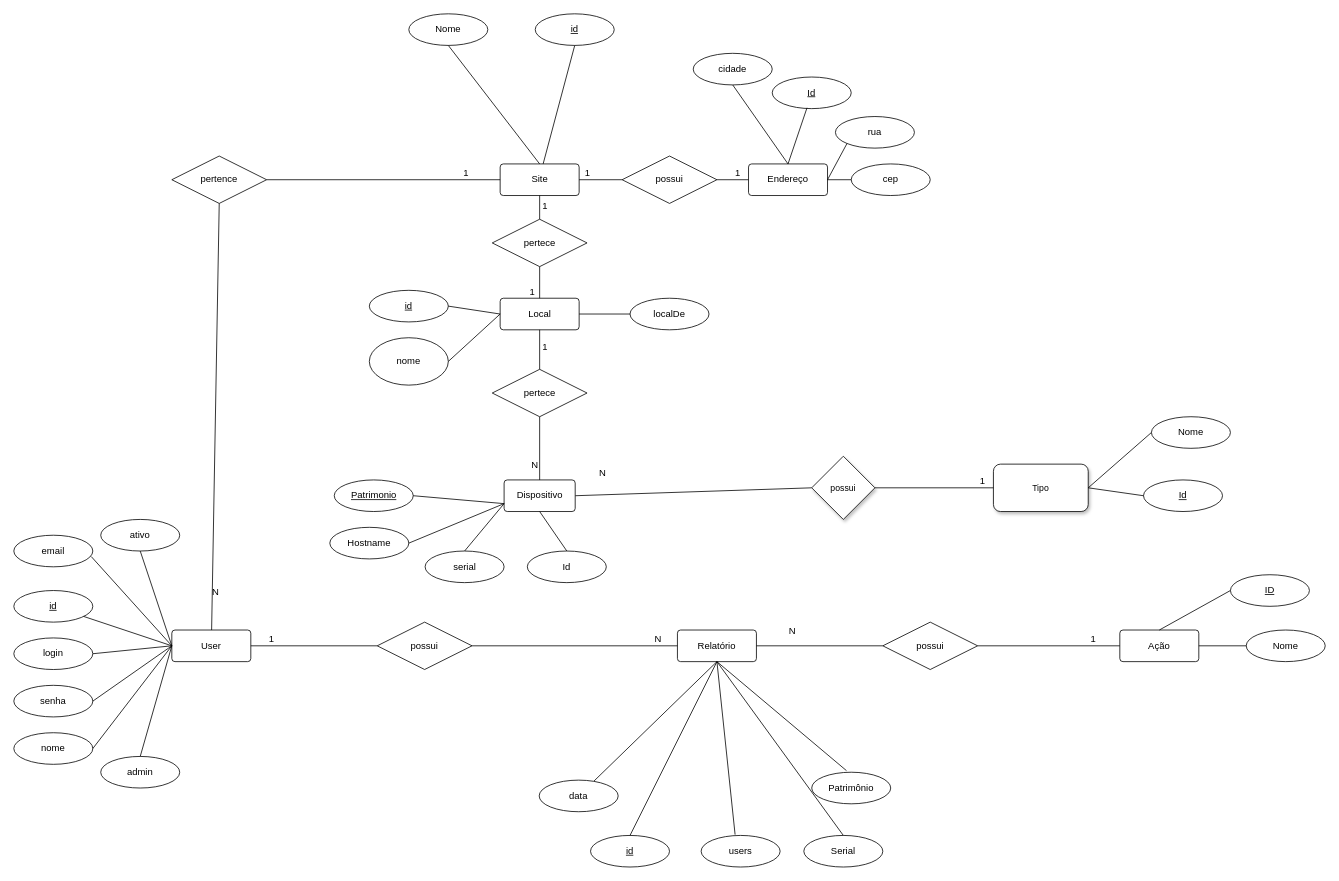
This is app/static/img/monitora.drawio from jesiqueira/monitora, a draw.io file, before an edit. Source tidied: cells renumbered, new cells numbered last; positions are measured from the earlier drawing's top-left corner, leaving out a move shared by most shapes. Both pictures are drawn from the tidied source at 79%, with x=0, y=0 at pixel (13, 13).
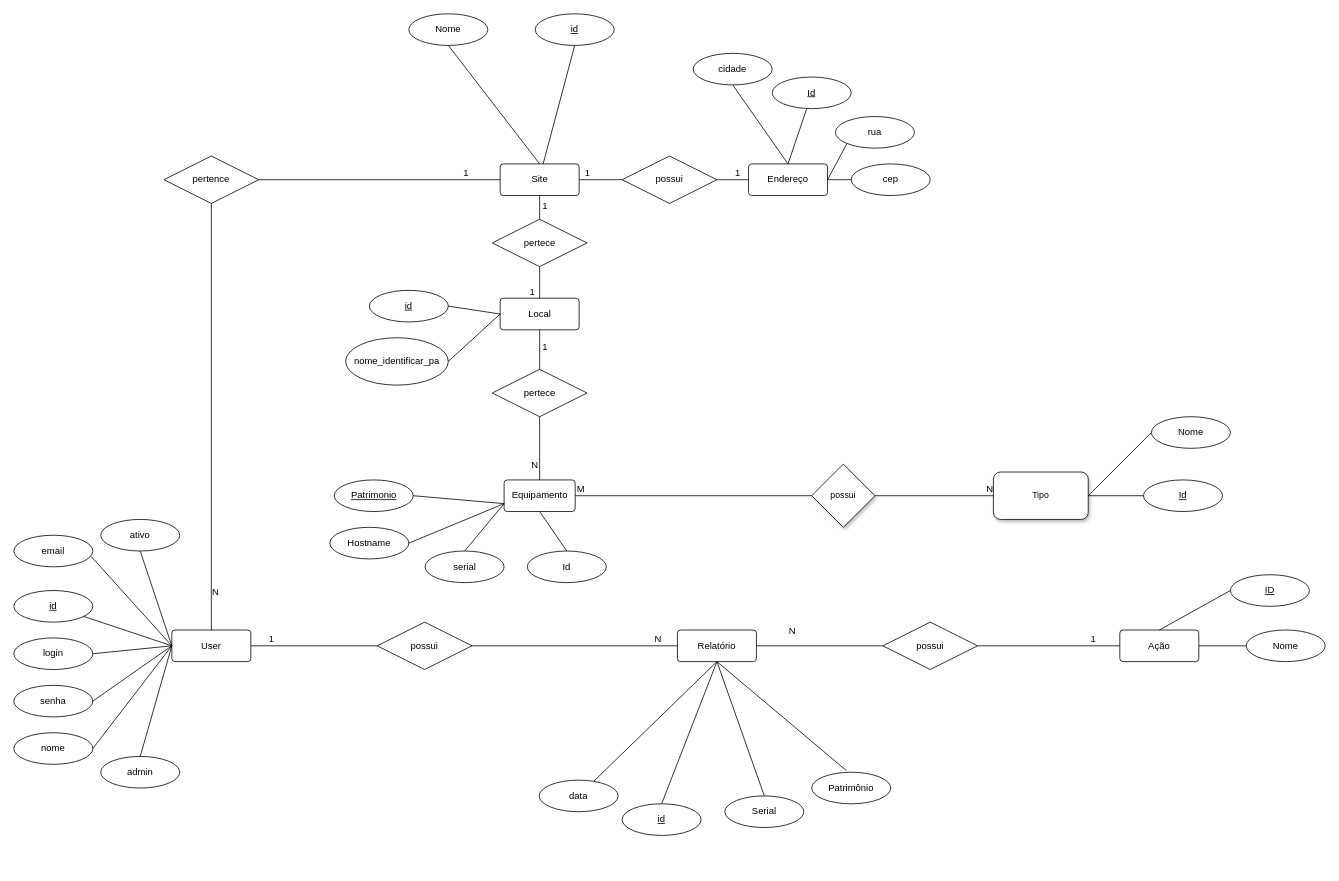
The same diagram, later.

Unchanged cells that the change refers to:
```xml
<mxCell id="22" value="Relatório" style="rounded=1;arcSize=10;whiteSpace=wrap;html=1;align=center;" parent="1" vertex="1">
  <mxGeometry x="840" y="780" width="100" height="40" as="geometry" />
</mxCell>
<mxCell id="68" value="Local" style="rounded=1;arcSize=10;whiteSpace=wrap;html=1;align=center;" parent="1" vertex="1">
  <mxGeometry x="615.6" y="360" width="100" height="40" as="geometry" />
</mxCell>
```

What changed in the source:
```diff
@@
     <mxCell id="3" value="possui" style="rhombus;whiteSpace=wrap;html=1;fontSize=11;shadow=1;" parent="1" vertex="1">
-      <mxGeometry x="1010" y="560" width="80" height="80" as="geometry" />
+      <mxGeometry x="1010" y="570" width="80" height="80" as="geometry" />
     </mxCell>
     <mxCell id="4" value="Tipo" style="rounded=1;whiteSpace=wrap;html=1;fontSize=11;shadow=1;" parent="1" vertex="1">
-      <mxGeometry x="1240" y="570" width="120" height="60" as="geometry" />
+      <mxGeometry x="1240" y="580" width="120" height="60" as="geometry" />
     </mxCell>
@@
-    <mxCell id="6" style="endArrow=none;html=1;rounded=0;exitX=0;exitY=0.5;exitDx=0;exitDy=0;entryX=1;entryY=0.5;entryDx=0;entryDy=0;" parent="1" edge="1" source="3" target="10">
-      <mxGeometry relative="1" as="geometry" />
-    </mxCell>
-    <mxCell id="7" value="N" style="html=1;align=right;verticalAlign=bottom;" parent="6" vertex="1">
-      <mxGeometry x="1" relative="1" as="geometry">
-        <mxPoint x="40" y="-20" as="offset" />
-      </mxGeometry>
-    </mxCell>
-    <mxCell id="8" style="endArrow=none;html=1;rounded=0;entryX=0;entryY=0.5;entryDx=0;entryDy=0;exitX=1;exitY=0.5;exitDx=0;exitDy=0;" parent="1" edge="1" source="3" target="4">
-      <mxGeometry relative="1" as="geometry" />
-    </mxCell>
-    <mxCell id="9" value="1" style="html=1;align=right;verticalAlign=bottom;" parent="8" vertex="1">
-      <mxGeometry x="1" relative="1" as="geometry">
-        <mxPoint x="-10" as="offset" />
-      </mxGeometry>
-    </mxCell>
-    <mxCell id="10" value="Dispositivo" style="rounded=1;arcSize=10;whiteSpace=wrap;html=1;align=center;" parent="1" vertex="1">
+    <mxCell id="10" value="Equipamento" style="rounded=1;arcSize=10;whiteSpace=wrap;html=1;align=center;" parent="1" vertex="1">
       <mxGeometry x="620.6" y="590" width="90" height="40" as="geometry" />
     </mxCell>
@@
     <mxCell id="23" value="id" style="ellipse;whiteSpace=wrap;html=1;align=center;fontStyle=4;" parent="1" vertex="1">
-      <mxGeometry x="730" y="1040" width="100" height="40" as="geometry" />
+      <mxGeometry x="770" y="1000" width="100" height="40" as="geometry" />
     </mxCell>
@@
-    <mxCell id="25" value="users" style="ellipse;whiteSpace=wrap;html=1;align=center;" parent="1" vertex="1">
-      <mxGeometry x="870" y="1040" width="100" height="40" as="geometry" />
-    </mxCell>
-    <mxCell id="26" style="endArrow=none;html=1;rounded=0;entryX=0.43;entryY=-0.025;entryDx=0;entryDy=0;entryPerimeter=0;exitX=0.5;exitY=1;exitDx=0;exitDy=0;" parent="1" edge="1" source="22" target="25">
-      <mxGeometry relative="1" as="geometry" />
-    </mxCell>
     <mxCell id="27" value="Serial" style="ellipse;whiteSpace=wrap;html=1;align=center;" parent="1" vertex="1">
-      <mxGeometry x="1000" y="1040" width="100" height="40" as="geometry" />
+      <mxGeometry x="900" y="990" width="100" height="40" as="geometry" />
     </mxCell>
@@
     <mxCell id="44" value="pertence" style="shape=rhombus;perimeter=rhombusPerimeter;whiteSpace=wrap;html=1;align=center;" parent="1" vertex="1">
-      <mxGeometry x="200" y="180" width="120" height="60" as="geometry" />
+      <mxGeometry x="190" y="180" width="120" height="60" as="geometry" />
     </mxCell>
@@
-    <mxCell id="77" value="nome" style="ellipse;whiteSpace=wrap;html=1;align=center;" parent="1" vertex="1">
-      <mxGeometry x="450" y="410" width="100" height="60" as="geometry" />
+    <mxCell id="77" value="nome_identificar_pa" style="ellipse;whiteSpace=wrap;html=1;align=center;" parent="1" vertex="1">
+      <mxGeometry x="420" y="410" width="130" height="60" as="geometry" />
     </mxCell>
@@
-    <mxCell id="91" value="localDe" style="ellipse;whiteSpace=wrap;html=1;align=center;" parent="1" vertex="1">
-      <mxGeometry x="780" y="360" width="100" height="40" as="geometry" />
-    </mxCell>
-    <mxCell id="92" style="endArrow=none;html=1;rounded=0;exitX=1;exitY=0.5;exitDx=0;exitDy=0;entryX=0;entryY=0.5;entryDx=0;entryDy=0;" parent="1" edge="1" source="68" target="91">
-      <mxGeometry relative="1" as="geometry" />
-    </mxCell>
@@
+    <mxCell id="105" style="endArrow=none;html=1;rounded=0;exitX=1;exitY=0.5;exitDx=0;exitDy=0;entryX=0;entryY=0.5;entryDx=0;entryDy=0;" parent="1" edge="1" source="10" target="3">
+      <mxGeometry relative="1" as="geometry" />
+    </mxCell>
+    <mxCell id="106" value="M" style="html=1;align=left;verticalAlign=bottom;" parent="105" vertex="1">
+      <mxGeometry x="-1" relative="1" as="geometry" />
+    </mxCell>
+    <mxCell id="8" style="endArrow=none;html=1;rounded=0;entryX=0;entryY=0.5;entryDx=0;entryDy=0;exitX=1;exitY=0.5;exitDx=0;exitDy=0;" parent="1" edge="1" source="3" target="4">
+      <mxGeometry relative="1" as="geometry" />
+    </mxCell>
+    <mxCell id="7" value="N" style="html=1;align=right;verticalAlign=bottom;" parent="8" vertex="1">
+      <mxGeometry x="1" relative="1" as="geometry" />
+    </mxCell>
```
